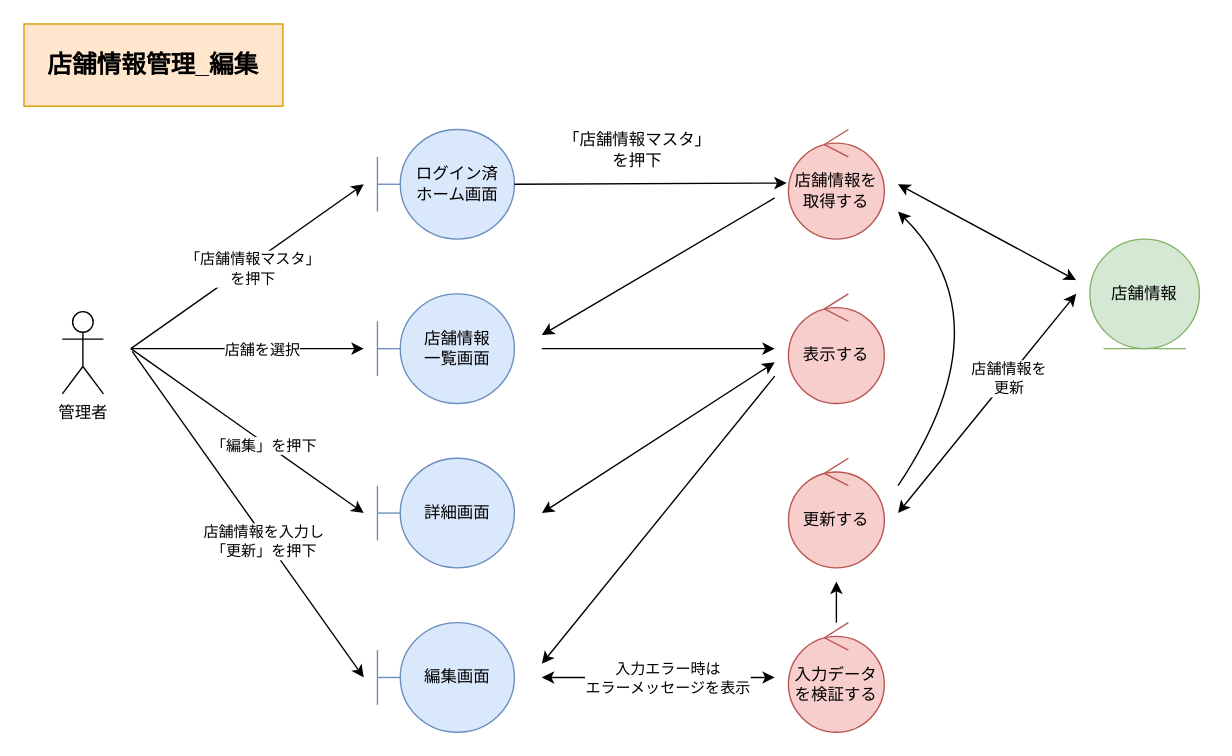
The draw.io diagram page "*店舗情報管理_編集" (3 of 4) of 各種設計書/3ロバストネス図/マスタ管理/F02店舗マスタ.drawio in HaruShim/Sotuken, before the edit. Source tidied: cells renumbered, new cells numbered last; positions are measured from the earlier drawing's top-left corner, leaving out a move shared by most shapes. Both pictures are drawn from the tidied source at 137%, with x=0, y=0 at pixel (23, 23).
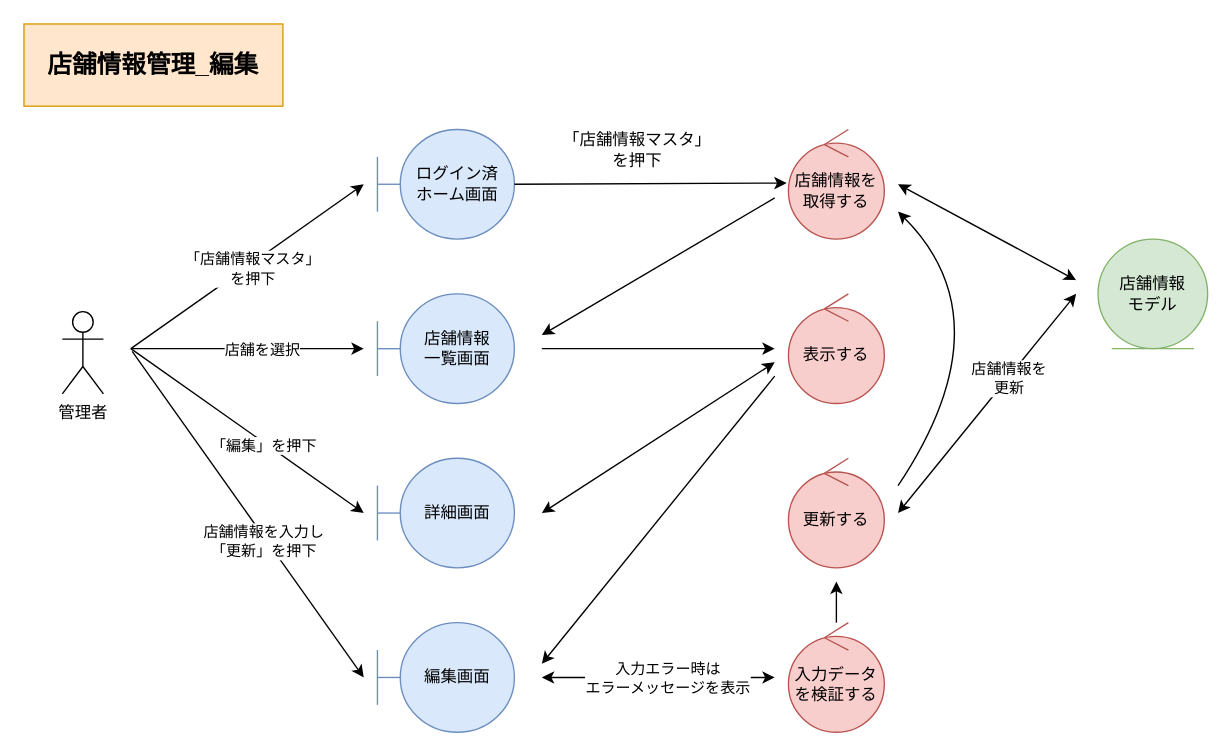
The same diagram, later.

The edit, as a diff of the source:
```diff
@@
-    <mxCell id="5" value="店舗情報" style="ellipse;shape=umlEntity;whiteSpace=wrap;html=1;fillColor=#d5e8d4;strokeColor=#82b366;" parent="1" vertex="1">
-      <mxGeometry x="778" y="157" width="80" height="80" as="geometry" />
-    </mxCell>
@@
+    <mxCell id="34" value="店舗情報&lt;br&gt;モデル" style="ellipse;shape=umlEntity;whiteSpace=wrap;html=1;fillColor=#d5e8d4;strokeColor=#82b366;" parent="1" vertex="1">
+      <mxGeometry x="784" y="157" width="80" height="80" as="geometry" />
+    </mxCell>
```
